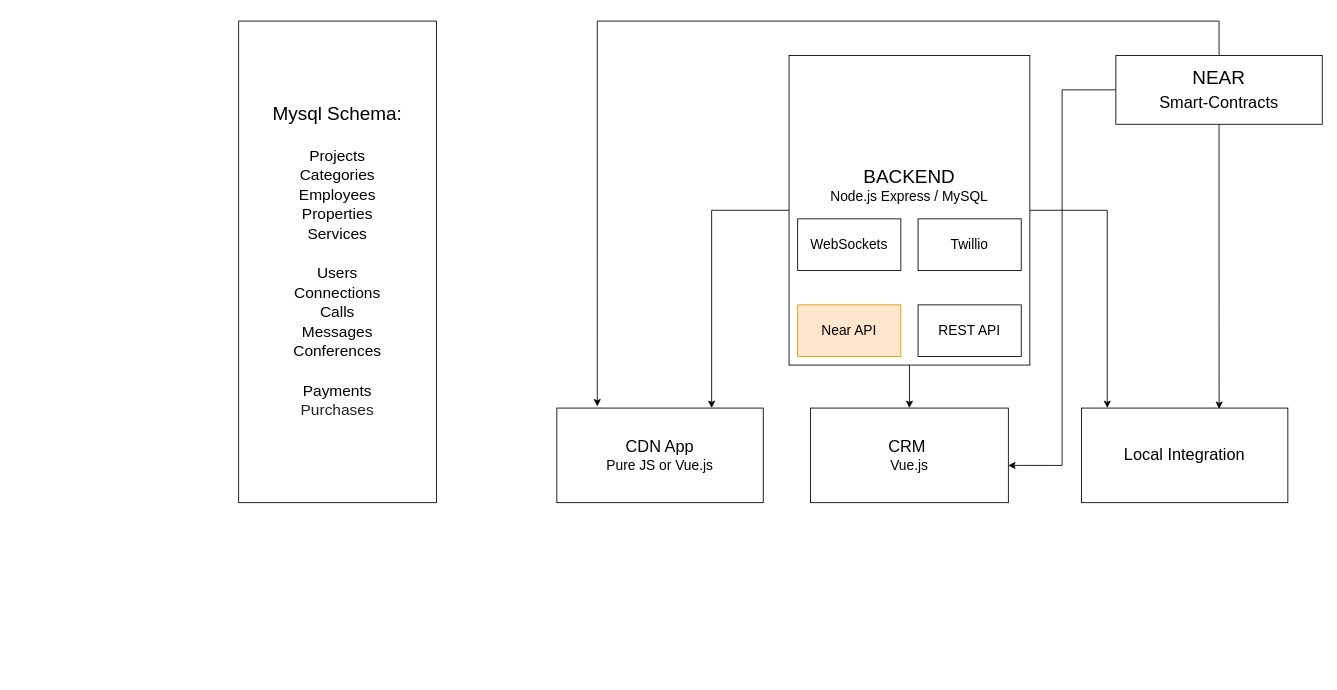
Above: Диаграмма без названия.drawio in archiveiovita/diagrams (draw.io), before the change. Source tidied: cells renumbered, new cells numbered last; positions are measured from the earlier drawing's top-left corner, leaving out a move shared by most shapes. Both pictures are drawn from the tidied source at 86%, with x=0, y=0 at pixel (238, 21).
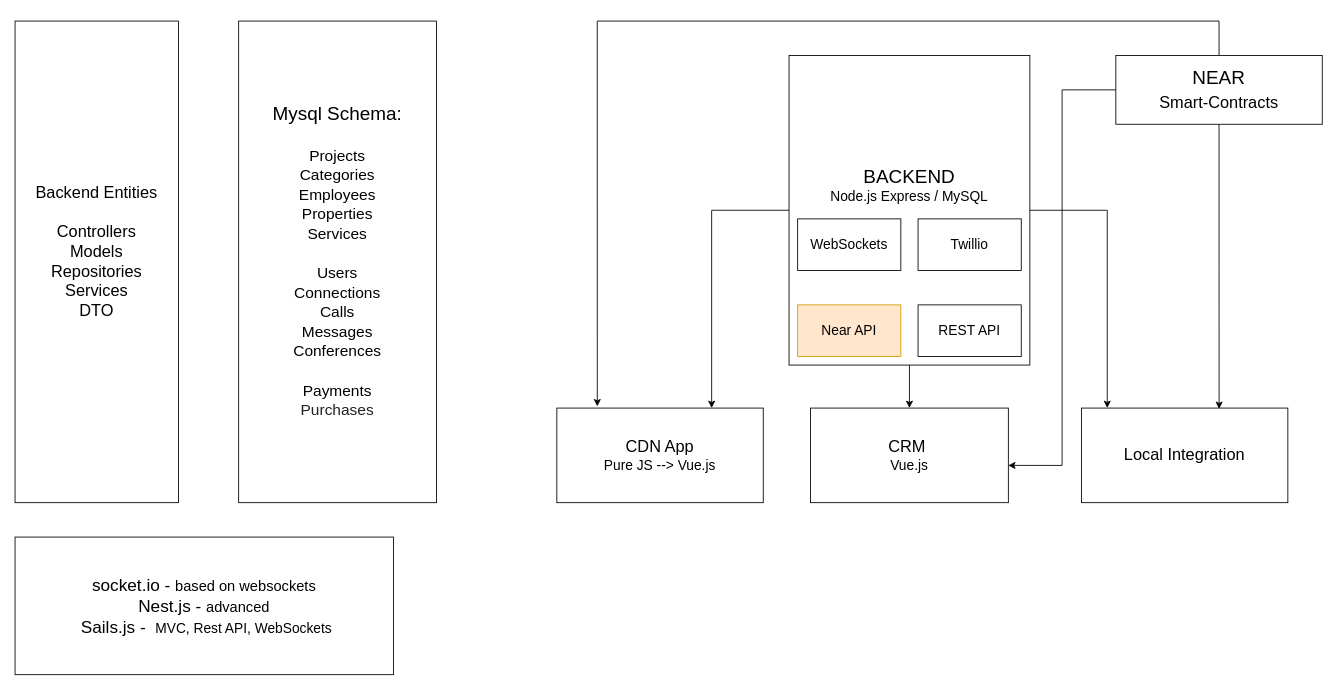
Above is the later version.

Commit message:
Add backend entities

Diff of the diagram source:
```diff
@@
-    <mxCell id="11" value="&lt;font style=&quot;&quot;&gt;&lt;span style=&quot;font-size: 19px;&quot;&gt;CDN App&lt;/span&gt;&lt;br&gt;&lt;font style=&quot;font-size: 16px;&quot;&gt;Pure JS or Vue.js&lt;/font&gt;&lt;br&gt;&lt;/font&gt;" style="rounded=0;whiteSpace=wrap;html=1;fontSize=16;" parent="1" vertex="1">
+    <mxCell id="11" value="&lt;font style=&quot;&quot;&gt;&lt;span style=&quot;font-size: 19px;&quot;&gt;CDN App&lt;/span&gt;&lt;br&gt;&lt;font style=&quot;font-size: 16px;&quot;&gt;Pure JS --&amp;gt; Vue.js&lt;/font&gt;&lt;br&gt;&lt;/font&gt;" style="rounded=0;whiteSpace=wrap;html=1;fontSize=16;" parent="1" vertex="1">
       <mxGeometry x="370" y="450" width="240" height="110" as="geometry" />
     </mxCell>
@@
+    <mxCell id="18" value="&lt;font style=&quot;font-size: 19px;&quot;&gt;Backend Entities&lt;br&gt;&lt;br&gt;Controllers&lt;br&gt;Models&lt;br&gt;Repositories&lt;br&gt;Services&lt;br&gt;DTO&lt;br&gt;&lt;br&gt;&lt;/font&gt;" style="rounded=0;whiteSpace=wrap;html=1;" parent="1" vertex="1">
+      <mxGeometry x="-260" width="190" height="560" as="geometry" />
+    </mxCell>
+    <mxCell id="19" value="socket.io - &lt;font style=&quot;font-size: 17px;&quot;&gt;based on websockets&lt;/font&gt;&lt;br&gt;Nest.js - &lt;font style=&quot;font-size: 17px;&quot;&gt;advanced&lt;/font&gt;&lt;br&gt;&amp;nbsp;Sails.js -&amp;nbsp; &lt;font style=&quot;font-size: 16px;&quot;&gt;MVC, Rest API, WebSockets&lt;/font&gt;" style="rounded=0;whiteSpace=wrap;html=1;labelBackgroundColor=#FFFFFF;fontSize=20;" parent="1" vertex="1">
+      <mxGeometry x="-260" y="600" width="440" height="160" as="geometry" />
+    </mxCell>
```
